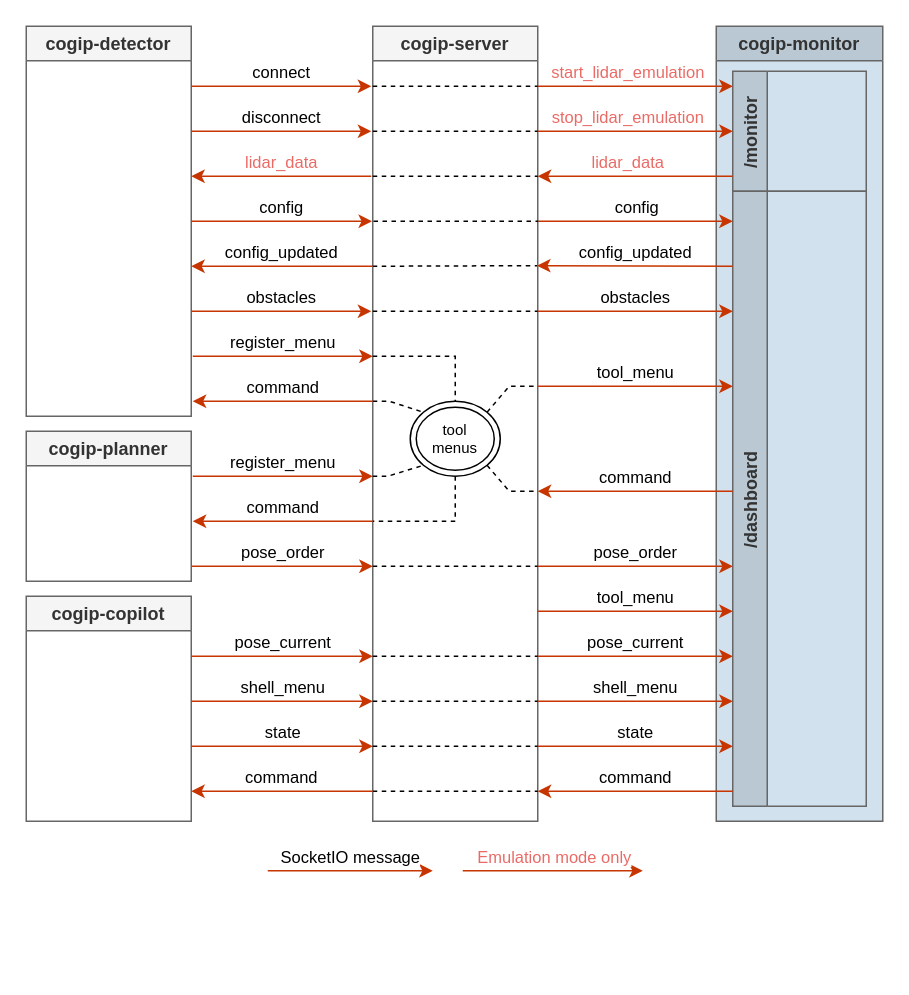
Before: page "monitor" (6 of 7) of docs/img/cogip.drawio in cogip/simulation, a draw.io diagram. Source tidied: cells renumbered, new cells numbered last; positions are measured from the earlier drawing's top-left corner, leaving out a move shared by most shapes. Both pictures are drawn from the tidied source at 150%, with x=0, y=0 at pixel (26, 26).
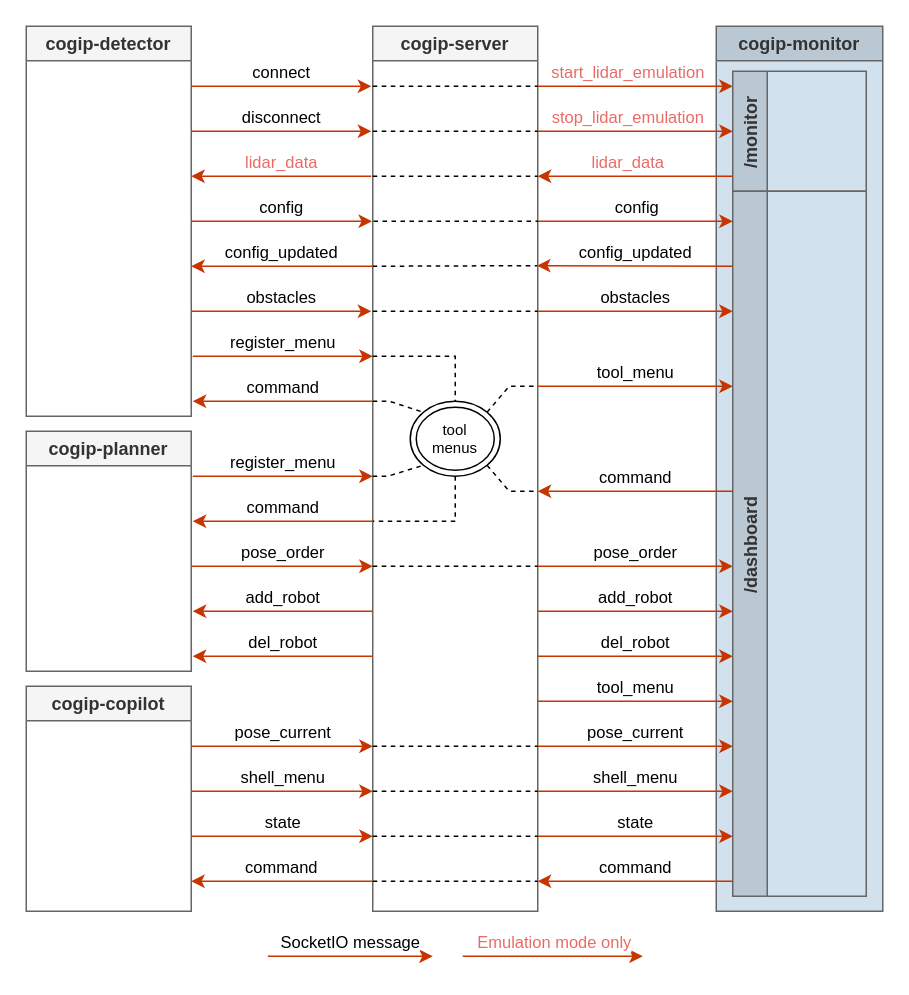
Above is the later version.

Commit message (it also covers changes not shown here):
docs: update schemas with add_robot and del_robot data flow

Change to the diagram source:
```diff
@@
     <mxCell id="3" value="cogip-server" style="swimlane;fillColor=#f5f5f5;fontColor=#333333;strokeColor=#666666;" parent="1" vertex="1">
-      <mxGeometry x="231" width="110" height="530" as="geometry" />
+      <mxGeometry x="231" width="110" height="590" as="geometry" />
     </mxCell>
@@
     <mxCell id="7" value="cogip-monitor" style="swimlane;fillColor=#BAC8D3;strokeColor=#666666;fontColor=#333333;swimlaneFillColor=#D1E1ED;" parent="1" vertex="1">
-      <mxGeometry x="460" width="111" height="530" as="geometry" />
+      <mxGeometry x="460" width="111" height="590" as="geometry" />
     </mxCell>
@@
     <mxCell id="9" value="/dashboard" style="swimlane;horizontal=0;fontColor=#333333;fillColor=#BAC8D3;strokeColor=#666666;" parent="7" vertex="1">
-      <mxGeometry x="11" y="110" width="89" height="410" as="geometry" />
+      <mxGeometry x="11" y="110" width="89" height="470" as="geometry" />
     </mxCell>
@@
     <mxCell id="17" style="endArrow=none;dashed=1;html=1;rounded=0;" parent="1" edge="1">
       <mxGeometry relative="1" as="geometry">
-        <mxPoint x="231" y="420" as="sourcePoint" />
-        <mxPoint x="341" y="420" as="targetPoint" />
+        <mxPoint x="231" y="480" as="sourcePoint" />
+        <mxPoint x="341" y="480" as="targetPoint" />
       </mxGeometry>
     </mxCell>
     <mxCell id="18" style="endArrow=none;dashed=1;html=1;rounded=0;" parent="1" edge="1">
       <mxGeometry relative="1" as="geometry">
-        <mxPoint x="231" y="450" as="sourcePoint" />
-        <mxPoint x="341" y="450" as="targetPoint" />
+        <mxPoint x="231" y="510" as="sourcePoint" />
+        <mxPoint x="341" y="510" as="targetPoint" />
       </mxGeometry>
     </mxCell>
     <mxCell id="19" style="endArrow=none;dashed=1;html=1;rounded=0;" parent="1" edge="1">
       <mxGeometry relative="1" as="geometry">
-        <mxPoint x="231" y="480" as="sourcePoint" />
-        <mxPoint x="341" y="480" as="targetPoint" />
+        <mxPoint x="231" y="540" as="sourcePoint" />
+        <mxPoint x="341" y="540" as="targetPoint" />
       </mxGeometry>
     </mxCell>
     <mxCell id="20" style="endArrow=none;dashed=1;html=1;rounded=0;" parent="1" edge="1">
       <mxGeometry relative="1" as="geometry">
-        <mxPoint x="231" y="510" as="sourcePoint" />
-        <mxPoint x="341" y="510" as="targetPoint" />
+        <mxPoint x="231" y="570" as="sourcePoint" />
+        <mxPoint x="341" y="570" as="targetPoint" />
       </mxGeometry>
     </mxCell>
@@
     <mxCell id="37" value="cogip-copilot" style="swimlane;fillColor=#f5f5f5;fontColor=#333333;strokeColor=#666666;" parent="1" vertex="1">
-      <mxGeometry y="380" width="110" height="150" as="geometry" />
+      <mxGeometry y="440" width="110" height="150" as="geometry" />
     </mxCell>
@@
     <mxCell id="39" value="cogip-planner" style="swimlane;fillColor=#f5f5f5;fontColor=#333333;strokeColor=#666666;" parent="1" vertex="1">
-      <mxGeometry y="270" width="110" height="100" as="geometry" />
+      <mxGeometry y="270" width="110" height="160" as="geometry" />
     </mxCell>
@@
     <mxCell id="41" value="SocketIO message" style="endArrow=classic;html=1;rounded=0;verticalAlign=bottom;strokeColor=#C73500;fillColor=#fa6800;" parent="1" edge="1">
       <mxGeometry relative="1" as="geometry">
-        <mxPoint x="161" y="563" as="sourcePoint" />
-        <mxPoint x="271" y="563" as="targetPoint" />
+        <mxPoint x="161" y="620" as="sourcePoint" />
+        <mxPoint x="271" y="620" as="targetPoint" />
       </mxGeometry>
     </mxCell>
     <mxCell id="42" value="Emulation mode only" style="endArrow=classic;html=1;rounded=0;verticalAlign=bottom;fontColor=#EA6B66;fillColor=#fa6800;strokeColor=#C73500;" parent="1" edge="1">
       <mxGeometry x="0.02" relative="1" as="geometry">
-        <mxPoint x="291" y="563" as="sourcePoint" />
-        <mxPoint x="411" y="563" as="targetPoint" />
+        <mxPoint x="291" y="620" as="sourcePoint" />
+        <mxPoint x="411" y="620" as="targetPoint" />
       </mxGeometry>
     </mxCell>
     <mxCell id="43" value="tool_menu" style="endArrow=classic;html=1;rounded=0;verticalAlign=bottom;fillColor=#fa6800;strokeColor=#C73500;" parent="1" edge="1">
       <mxGeometry relative="1" as="geometry">
-        <mxPoint x="341" y="390" as="sourcePoint" />
-        <mxPoint x="471" y="390" as="targetPoint" />
+        <mxPoint x="341" y="450" as="sourcePoint" />
+        <mxPoint x="471" y="450" as="targetPoint" />
       </mxGeometry>
     </mxCell>
     <mxCell id="44" value="shell_menu" style="endArrow=classic;html=1;rounded=0;verticalAlign=bottom;fillColor=#fa6800;strokeColor=#C73500;" parent="1" edge="1">
       <mxGeometry relative="1" as="geometry">
-        <mxPoint x="341" y="450" as="sourcePoint" />
-        <mxPoint x="471" y="450" as="targetPoint" />
+        <mxPoint x="341" y="510" as="sourcePoint" />
+        <mxPoint x="471" y="510" as="targetPoint" />
       </mxGeometry>
     </mxCell>
     <mxCell id="45" value="command" style="endArrow=classic;html=1;rounded=0;verticalAlign=bottom;fillColor=#fa6800;strokeColor=#C73500;" parent="1" edge="1">
       <mxGeometry relative="1" as="geometry">
-        <mxPoint x="471" y="510" as="sourcePoint" />
-        <mxPoint x="341" y="510" as="targetPoint" />
+        <mxPoint x="471" y="570" as="sourcePoint" />
+        <mxPoint x="341" y="570" as="targetPoint" />
       </mxGeometry>
     </mxCell>
     <mxCell id="46" value="pose_current" style="endArrow=classic;html=1;rounded=0;verticalAlign=bottom;fillColor=#fa6800;strokeColor=#C73500;" parent="1" edge="1">
       <mxGeometry relative="1" as="geometry">
-        <mxPoint x="341" y="420" as="sourcePoint" />
-        <mxPoint x="471" y="420" as="targetPoint" />
+        <mxPoint x="341" y="480" as="sourcePoint" />
+        <mxPoint x="471" y="480" as="targetPoint" />
       </mxGeometry>
     </mxCell>
     <mxCell id="47" value="state" style="endArrow=classic;html=1;rounded=0;verticalAlign=bottom;fillColor=#fa6800;strokeColor=#C73500;" parent="1" edge="1">
       <mxGeometry relative="1" as="geometry">
-        <mxPoint x="341" y="480" as="sourcePoint" />
-        <mxPoint x="471" y="480" as="targetPoint" />
+        <mxPoint x="341" y="540" as="sourcePoint" />
+        <mxPoint x="471" y="540" as="targetPoint" />
       </mxGeometry>
     </mxCell>
     <mxCell id="48" value="shell_menu" style="endArrow=classic;html=1;rounded=0;verticalAlign=bottom;fillColor=#fa6800;strokeColor=#C73500;" parent="1" edge="1">
       <mxGeometry relative="1" as="geometry">
-        <mxPoint x="110" y="450" as="sourcePoint" />
-        <mxPoint x="231" y="450" as="targetPoint" />
+        <mxPoint x="110" y="510" as="sourcePoint" />
+        <mxPoint x="231" y="510" as="targetPoint" />
       </mxGeometry>
     </mxCell>
     <mxCell id="49" value="command" style="endArrow=classic;html=1;rounded=0;verticalAlign=bottom;fillColor=#fa6800;strokeColor=#C73500;" parent="1" edge="1">
       <mxGeometry relative="1" as="geometry">
-        <mxPoint x="231" y="510" as="sourcePoint" />
-        <mxPoint x="110" y="510" as="targetPoint" />
+        <mxPoint x="231" y="570" as="sourcePoint" />
+        <mxPoint x="110" y="570" as="targetPoint" />
       </mxGeometry>
     </mxCell>
     <mxCell id="50" value="pose_current" style="endArrow=classic;html=1;rounded=0;verticalAlign=bottom;fillColor=#fa6800;strokeColor=#C73500;" parent="1" edge="1">
       <mxGeometry relative="1" as="geometry">
-        <mxPoint x="110" y="420" as="sourcePoint" />
-        <mxPoint x="231" y="420" as="targetPoint" />
+        <mxPoint x="110" y="480" as="sourcePoint" />
+        <mxPoint x="231" y="480" as="targetPoint" />
       </mxGeometry>
     </mxCell>
     <mxCell id="51" value="state" style="endArrow=classic;html=1;rounded=0;verticalAlign=bottom;fillColor=#fa6800;strokeColor=#C73500;" parent="1" edge="1">
       <mxGeometry relative="1" as="geometry">
-        <mxPoint x="110" y="480" as="sourcePoint" />
-        <mxPoint x="231" y="480" as="targetPoint" />
+        <mxPoint x="110" y="540" as="sourcePoint" />
+        <mxPoint x="231" y="540" as="targetPoint" />
       </mxGeometry>
     </mxCell>
@@
+    <mxCell id="58" value="del_robot" style="endArrow=classic;html=1;rounded=0;verticalAlign=bottom;fillColor=#fa6800;strokeColor=#C73500;" parent="1" edge="1">
+      <mxGeometry relative="1" as="geometry">
+        <mxPoint x="341" y="420" as="sourcePoint" />
+        <mxPoint x="471" y="420" as="targetPoint" />
+      </mxGeometry>
+    </mxCell>
+    <mxCell id="59" value="add_robot" style="endArrow=classic;html=1;rounded=0;verticalAlign=bottom;fillColor=#fa6800;strokeColor=#C73500;" parent="1" edge="1">
+      <mxGeometry relative="1" as="geometry">
+        <mxPoint x="341" y="390" as="sourcePoint" />
+        <mxPoint x="471" y="390" as="targetPoint" />
+      </mxGeometry>
+    </mxCell>
+    <mxCell id="60" value="del_robot" style="endArrow=none;html=1;rounded=0;verticalAlign=bottom;fillColor=#fa6800;strokeColor=#C73500;startArrow=classic;startFill=1;endFill=0;" parent="1" edge="1">
+      <mxGeometry relative="1" as="geometry">
+        <mxPoint x="111" y="420" as="sourcePoint" />
+        <mxPoint x="231" y="420" as="targetPoint" />
+      </mxGeometry>
+    </mxCell>
+    <mxCell id="61" value="add_robot" style="endArrow=none;html=1;rounded=0;verticalAlign=bottom;fillColor=#fa6800;strokeColor=#C73500;startArrow=classic;startFill=1;endFill=0;" parent="1" edge="1">
+      <mxGeometry relative="1" as="geometry">
+        <mxPoint x="111" y="390" as="sourcePoint" />
+        <mxPoint x="231" y="390" as="targetPoint" />
+      </mxGeometry>
+    </mxCell>
```
